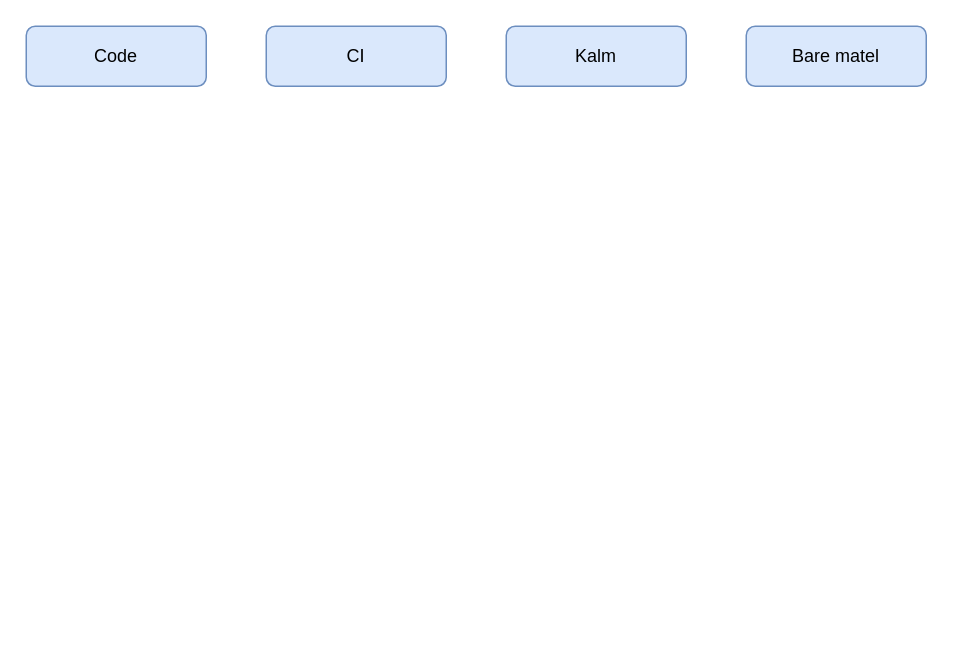
The draw.io diagram Untitled Diagram.drawio in davidqhr/diagrams-storage, before the edit. Source tidied: cells renumbered, new cells numbered last; positions are measured from the earlier drawing's top-left corner, leaving out a move shared by most shapes. Both pictures are drawn from the tidied source at 150%, with x=0, y=0 at pixel (26, 26).
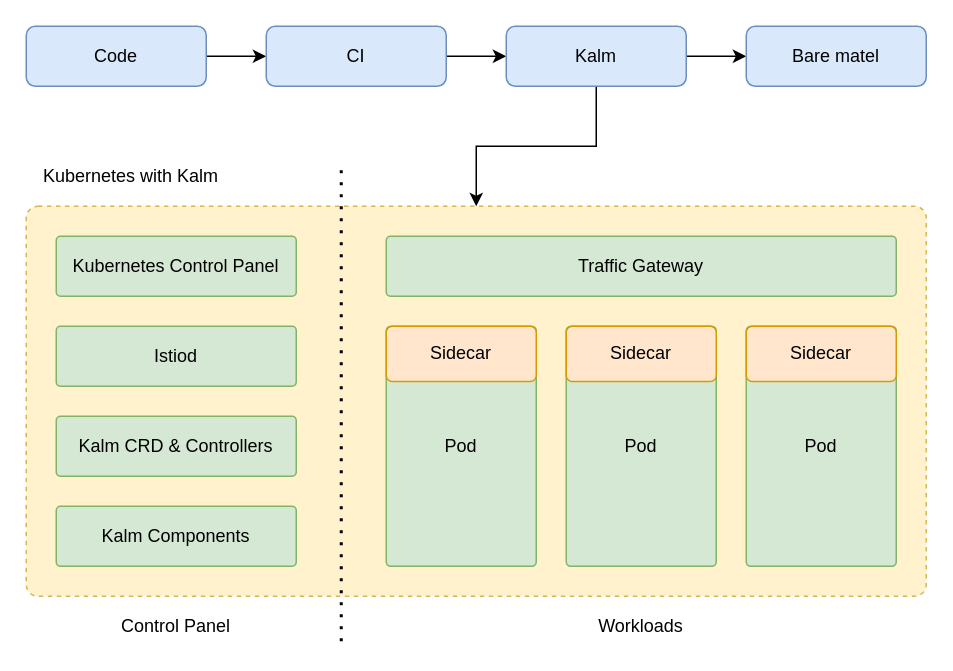
Above is the later version.

The change refers to these unchanged cells:
```xml
<mxCell id="2" value="Code" style="rounded=1;whiteSpace=wrap;html=1;fillColor=#dae8fc;strokeColor=#6c8ebf;" parent="1" vertex="1">
  <mxGeometry width="120" height="40" as="geometry" />
</mxCell>
<mxCell id="3" value="CI" style="rounded=1;whiteSpace=wrap;html=1;fillColor=#dae8fc;strokeColor=#6c8ebf;" parent="1" vertex="1">
  <mxGeometry x="160" width="120" height="40" as="geometry" />
</mxCell>
<mxCell id="4" value="Kalm" style="rounded=1;whiteSpace=wrap;html=1;fillColor=#dae8fc;strokeColor=#6c8ebf;" parent="1" vertex="1">
  <mxGeometry x="320" width="120" height="40" as="geometry" />
</mxCell>
<mxCell id="5" value="Bare matel" style="rounded=1;whiteSpace=wrap;html=1;fillColor=#dae8fc;strokeColor=#6c8ebf;" parent="1" vertex="1">
  <mxGeometry x="480" width="120" height="40" as="geometry" />
</mxCell>
```

Diff of the diagram source:
```diff
@@
+    <mxCell id="6" style="edgeStyle=orthogonalEdgeStyle;rounded=0;jettySize=auto;html=1;exitX=1;exitY=0.5;exitDx=0;exitDy=0;entryX=0;entryY=0.5;entryDx=0;entryDy=0;" parent="1" edge="1" source="2" target="3">
+      <mxGeometry relative="1" as="geometry" />
+    </mxCell>
@@
+    <mxCell id="7" style="edgeStyle=orthogonalEdgeStyle;rounded=0;jettySize=auto;html=1;exitX=1;exitY=0.5;exitDx=0;exitDy=0;" parent="1" edge="1" source="3" target="4">
+      <mxGeometry relative="1" as="geometry" />
+    </mxCell>
@@
+    <mxCell id="8" style="edgeStyle=orthogonalEdgeStyle;rounded=0;jettySize=auto;html=1;exitX=1;exitY=0.5;exitDx=0;exitDy=0;entryX=0;entryY=0.5;entryDx=0;entryDy=0;" parent="1" edge="1" source="4" target="5">
+      <mxGeometry relative="1" as="geometry" />
+    </mxCell>
+    <mxCell id="9" style="edgeStyle=orthogonalEdgeStyle;rounded=0;jettySize=auto;html=1;exitX=0.5;exitY=1;exitDx=0;exitDy=0;" parent="1" edge="1" source="4" target="10">
+      <mxGeometry relative="1" as="geometry" />
+    </mxCell>
@@
+    <mxCell id="10" style="rounded=1;whiteSpace=wrap;html=1;fillColor=#fff2cc;arcSize=3;dashed=1;strokeColor=#d6b656;" parent="1" vertex="1">
+      <mxGeometry y="120" width="600" height="260" as="geometry" />
+    </mxCell>
+    <mxCell id="11" value="Kubernetes with Kalm" style="text;html=1;strokeColor=none;fillColor=none;align=center;verticalAlign=middle;whiteSpace=wrap;rounded=0;dashed=1;" parent="1" vertex="1">
+      <mxGeometry y="90" width="140" height="20" as="geometry" />
+    </mxCell>
+    <mxCell id="12" value="Kubernetes Control Panel" style="rounded=1;whiteSpace=wrap;html=1;fillColor=#d5e8d4;strokeColor=#82b366;arcSize=7;" parent="1" vertex="1">
+      <mxGeometry x="20" y="140" width="160" height="40" as="geometry" />
+    </mxCell>
+    <mxCell id="13" value="Traffic Gateway" style="rounded=1;whiteSpace=wrap;html=1;fillColor=#d5e8d4;strokeColor=#82b366;arcSize=7;" parent="1" vertex="1">
+      <mxGeometry x="240" y="140" width="340" height="40" as="geometry" />
+    </mxCell>
+    <mxCell id="14" value="Istiod" style="rounded=1;whiteSpace=wrap;html=1;fillColor=#d5e8d4;strokeColor=#82b366;arcSize=7;" parent="1" vertex="1">
+      <mxGeometry x="20" y="200" width="160" height="40" as="geometry" />
+    </mxCell>
+    <mxCell id="15" value="Kalm CRD &amp;amp; Controllers" style="rounded=1;whiteSpace=wrap;html=1;fillColor=#d5e8d4;strokeColor=#82b366;arcSize=7;" parent="1" vertex="1">
+      <mxGeometry x="20" y="260" width="160" height="40" as="geometry" />
+    </mxCell>
+    <mxCell id="16" value="Kalm Components" style="rounded=1;whiteSpace=wrap;html=1;fillColor=#d5e8d4;strokeColor=#82b366;arcSize=7;" parent="1" vertex="1">
+      <mxGeometry x="20" y="320" width="160" height="40" as="geometry" />
+    </mxCell>
+    <mxCell id="17" style="group;" parent="1" vertex="1">
+      <mxGeometry x="480" y="200" width="100" height="160" as="geometry" />
+    </mxCell>
+    <mxCell id="18" value="Pod" style="rounded=1;whiteSpace=wrap;html=1;fillColor=#d5e8d4;strokeColor=#82b366;arcSize=3;" parent="17" vertex="1">
+      <mxGeometry width="100" height="160" as="geometry" />
+    </mxCell>
+    <mxCell id="19" value="Sidecar" style="rounded=1;whiteSpace=wrap;html=1;fillColor=#ffe6cc;strokeColor=#d79b00;arcSize=11;" parent="17" vertex="1">
+      <mxGeometry width="100" height="36.9" as="geometry" />
+    </mxCell>
+    <mxCell id="20" style="group;" parent="1" vertex="1">
+      <mxGeometry x="360" y="200" width="100" height="160" as="geometry" />
+    </mxCell>
+    <mxCell id="21" value="Pod" style="rounded=1;whiteSpace=wrap;html=1;fillColor=#d5e8d4;strokeColor=#82b366;arcSize=3;" parent="20" vertex="1">
+      <mxGeometry width="100" height="160" as="geometry" />
+    </mxCell>
+    <mxCell id="22" value="Sidecar" style="rounded=1;whiteSpace=wrap;html=1;fillColor=#ffe6cc;strokeColor=#d79b00;arcSize=11;" parent="20" vertex="1">
+      <mxGeometry width="100" height="36.9" as="geometry" />
+    </mxCell>
+    <mxCell id="23" style="group;" parent="1" vertex="1">
+      <mxGeometry x="240" y="200" width="100" height="160" as="geometry" />
+    </mxCell>
+    <mxCell id="24" value="Pod" style="rounded=1;whiteSpace=wrap;html=1;fillColor=#d5e8d4;strokeColor=#82b366;arcSize=3;" parent="23" vertex="1">
+      <mxGeometry width="100" height="160" as="geometry" />
+    </mxCell>
+    <mxCell id="25" value="Sidecar" style="rounded=1;whiteSpace=wrap;html=1;fillColor=#ffe6cc;strokeColor=#d79b00;arcSize=11;" parent="23" vertex="1">
+      <mxGeometry width="100" height="36.9" as="geometry" />
+    </mxCell>
+    <mxCell id="26" style="endArrow=none;dashed=1;html=1;dashPattern=1 3;strokeWidth=2;" parent="1" edge="1">
+      <mxGeometry relative="1" as="geometry">
+        <mxPoint x="210" y="410" as="sourcePoint" />
+        <mxPoint x="210" y="90" as="targetPoint" />
+      </mxGeometry>
+    </mxCell>
+    <mxCell id="27" value="Control Panel" style="text;html=1;strokeColor=none;fillColor=none;align=center;verticalAlign=middle;whiteSpace=wrap;rounded=0;dashed=1;" parent="1" vertex="1">
+      <mxGeometry x="30" y="390" width="140" height="20" as="geometry" />
+    </mxCell>
+    <mxCell id="28" value="Workloads" style="text;html=1;strokeColor=none;fillColor=none;align=center;verticalAlign=middle;whiteSpace=wrap;rounded=0;dashed=1;" parent="1" vertex="1">
+      <mxGeometry x="340" y="390" width="140" height="20" as="geometry" />
+    </mxCell>
```
